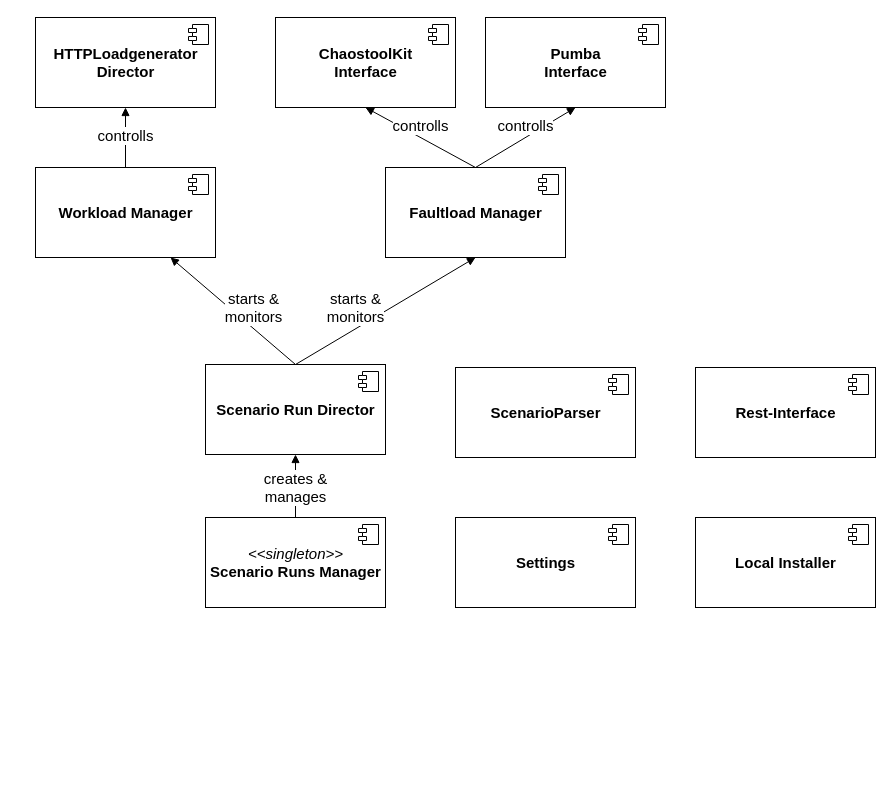
Cambio-Project/Synchronizer keeps this draw.io diagram as page "SynchronizerBackend Components" (3 of 4) of diagrams/ContextStructure.drawio. Above is the earlier version. Source tidied: cells renumbered, new cells numbered last; positions are measured from the earlier drawing's top-left corner, leaving out a move shared by most shapes. Both pictures are drawn from the tidied source at 100%, with x=0, y=0 at pixel (35, 17). Pictures stored in the file or linked from it are replaced by grey dashed boxes.
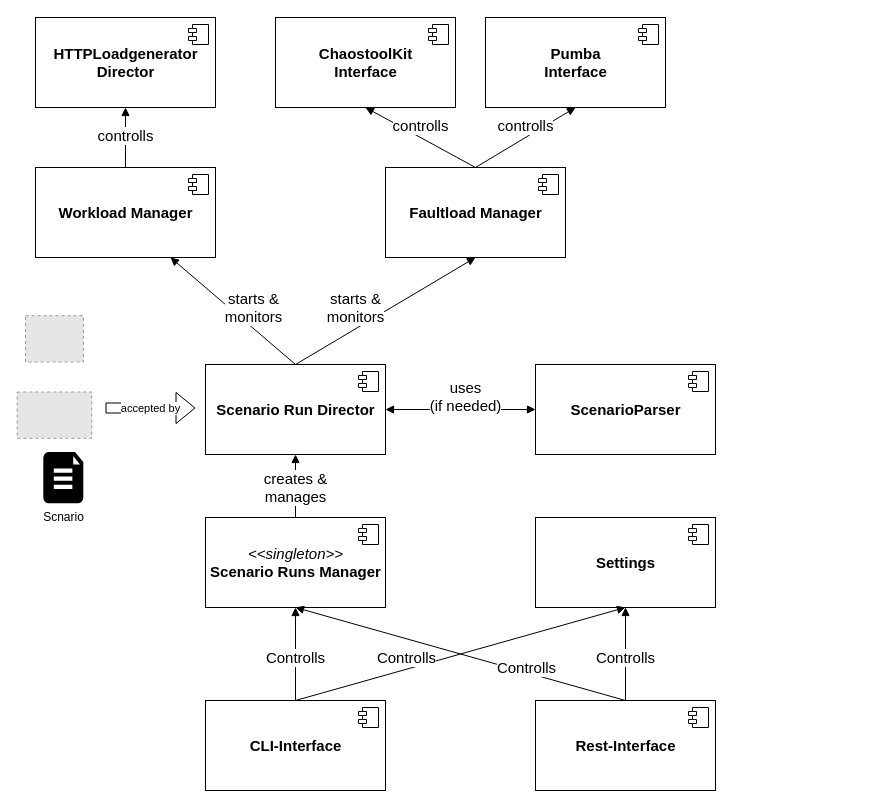
Above is the later version.

The change refers to these unchanged cells:
```xml
<mxCell id="14" value="&lt;b&gt;Scenario Run Director&lt;/b&gt;" style="html=1;strokeColor=#000000;strokeWidth=1;fillColor=none;fontSize=15;align=center;" parent="1" vertex="1">
  <mxGeometry x="170" y="347" width="180" height="90" as="geometry" />
</mxCell>
<mxCell id="23" value="&lt;i&gt;&amp;lt;&amp;lt;singleton&amp;gt;&amp;gt;&lt;/i&gt;&lt;br&gt;&lt;b&gt;Scenario Runs Manager&lt;/b&gt;" style="html=1;strokeColor=#000000;strokeWidth=1;fillColor=none;fontSize=15;align=center;" parent="1" vertex="1">
  <mxGeometry x="170" y="500" width="180" height="90" as="geometry" />
</mxCell>
```

Diff of the diagram source:
```diff
@@
     <mxCell id="2" value="&lt;b&gt;ScenarioParser&lt;/b&gt;" style="html=1;strokeColor=#000000;strokeWidth=1;fillColor=none;fontSize=15;align=center;" parent="1" vertex="1">
-      <mxGeometry x="420" y="350" width="180" height="90" as="geometry" />
+      <mxGeometry x="500" y="347" width="180" height="90" as="geometry" />
     </mxCell>
@@
     <mxCell id="21" value="&lt;b&gt;Rest-Interface&lt;/b&gt;" style="html=1;strokeColor=#000000;strokeWidth=1;fillColor=none;fontSize=15;align=center;" parent="1" vertex="1">
-      <mxGeometry x="660" y="350" width="180" height="90" as="geometry" />
+      <mxGeometry x="500" y="683" width="180" height="90" as="geometry" />
     </mxCell>
@@
     <mxCell id="26" value="&lt;b&gt;Settings&lt;br&gt;&lt;/b&gt;" style="html=1;strokeColor=#000000;strokeWidth=1;fillColor=none;fontSize=15;align=center;" parent="1" vertex="1">
-      <mxGeometry x="420" y="500" width="180" height="90" as="geometry" />
+      <mxGeometry x="500" y="500" width="180" height="90" as="geometry" />
     </mxCell>
@@
-    <mxCell id="28" value="&lt;b&gt;Local Installer&lt;br&gt;&lt;/b&gt;" style="html=1;strokeColor=#000000;strokeWidth=1;fillColor=none;fontSize=15;align=center;" parent="1" vertex="1">
-      <mxGeometry x="660" y="500" width="180" height="90" as="geometry" />
-    </mxCell>
-    <mxCell id="29" style="shape=component;jettyWidth=8;jettyHeight=4;" parent="28" vertex="1">
-      <mxGeometry x="1" width="20" height="20" relative="1" as="geometry">
-        <mxPoint x="-27" y="7" as="offset" />
-      </mxGeometry>
-    </mxCell>
+    <mxCell id="30" value="uses&lt;br&gt;(if needed)" style="html=1;verticalAlign=bottom;endArrow=block;fontSize=15;entryX=0;entryY=0.5;entryDx=0;entryDy=0;exitX=1;exitY=0.5;exitDx=0;exitDy=0;startArrow=block;startFill=1;" parent="1" edge="1" source="14" target="2">
+      <mxGeometry x="0.07" y="-8" relative="1" as="geometry" />
+    </mxCell>
+    <mxCell id="31" value="Controlls" style="html=1;verticalAlign=bottom;endArrow=block;fontSize=15;entryX=0.5;entryY=1;entryDx=0;entryDy=0;exitX=0.5;exitY=0;exitDx=0;exitDy=0;" parent="1" edge="1" source="21" target="26">
+      <mxGeometry x="-0.33" relative="1" as="geometry" />
+    </mxCell>
+    <mxCell id="32" value="Controlls" style="html=1;verticalAlign=bottom;endArrow=block;fontSize=15;entryX=0.5;entryY=1;entryDx=0;entryDy=0;exitX=0.5;exitY=0;exitDx=0;exitDy=0;" parent="1" edge="1" source="21" target="23">
+      <mxGeometry x="-0.41" y="7" relative="1" as="geometry" />
+    </mxCell>
+    <mxCell id="33" style="fillColor=#E6E6E6;strokeColor=#999999;dashed=1;verticalLabelPosition=bottom;labelBackgroundColor=#ffffff;verticalAlign=top;" parent="1" vertex="1">
+      <mxGeometry x="-18.3" y="374.5" width="74.5" height="46.3" as="geometry" />
+    </mxCell>
+    <mxCell id="34" style="fillColor=#E6E6E6;strokeColor=#999999;dashed=1;verticalLabelPosition=bottom;labelBackgroundColor=#ffffff;verticalAlign=top;" parent="1" vertex="1">
+      <mxGeometry x="-10" y="298.2" width="57.9" height="46.3" as="geometry" />
+    </mxCell>
+    <mxCell id="35" value="Scnario" style="verticalLabelPosition=bottom;html=1;verticalAlign=top;align=center;strokeColor=none;fillColor=#000000;shape=mxgraph.azure.file_2;dashed=1;" parent="1" vertex="1">
+      <mxGeometry x="7.8" y="434.5" width="40" height="51.3" as="geometry" />
+    </mxCell>
+    <mxCell id="36" value="accepted by" style="shape=flexArrow;endArrow=classic;html=1;" parent="1" edge="1">
+      <mxGeometry relative="1" as="geometry">
+        <mxPoint x="70" y="390.5" as="sourcePoint" />
+        <mxPoint x="160" y="390.5" as="targetPoint" />
+      </mxGeometry>
+    </mxCell>
+    <mxCell id="37" value="&lt;b&gt;CLI-Interface&lt;/b&gt;" style="html=1;strokeColor=#000000;strokeWidth=1;fillColor=none;fontSize=15;align=center;" parent="1" vertex="1">
+      <mxGeometry x="170" y="683" width="180" height="90" as="geometry" />
+    </mxCell>
+    <mxCell id="38" style="shape=component;jettyWidth=8;jettyHeight=4;" parent="37" vertex="1">
+      <mxGeometry x="1" width="20" height="20" relative="1" as="geometry">
+        <mxPoint x="-27" y="7" as="offset" />
+      </mxGeometry>
+    </mxCell>
+    <mxCell id="39" value="Controlls" style="html=1;verticalAlign=bottom;endArrow=block;fontSize=15;entryX=0.5;entryY=1;entryDx=0;entryDy=0;exitX=0.5;exitY=0;exitDx=0;exitDy=0;" parent="1" edge="1" source="37" target="23">
+      <mxGeometry x="-0.33" relative="1" as="geometry" />
+    </mxCell>
+    <mxCell id="40" value="Controlls" style="html=1;verticalAlign=bottom;endArrow=block;fontSize=15;entryX=0.5;entryY=1;entryDx=0;entryDy=0;exitX=0.5;exitY=0;exitDx=0;exitDy=0;" parent="1" edge="1" source="37" target="26">
+      <mxGeometry x="-0.33" relative="1" as="geometry" />
+    </mxCell>
```
